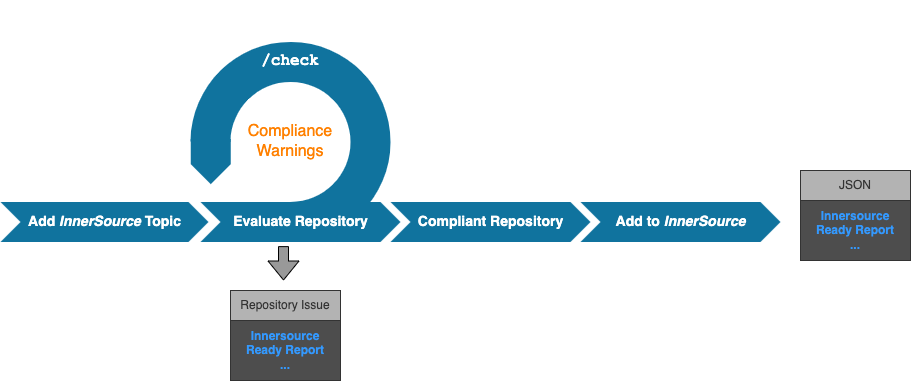
Before: docs/images/processflow.png, a diagram exported from draw.io (github-innersource/innersource-ready-report). Source tidied: cells renumbered, new cells last; positions are measured from the earlier drawing's top-left corner, leaving out a move shared by most shapes. The source it was exported from:
```xml
<mxGraphModel>
  <root>
    <mxCell id="0" />
    <mxCell id="1" parent="0" />
    <mxCell id="2" style="group;" parent="1" vertex="1">
      <mxGeometry x="148.6" width="282.8" height="282.8" as="geometry" />
    </mxCell>
    <mxCell id="3" style="group;" parent="2" vertex="1">
      <mxGeometry width="282.8" height="282.8" as="geometry" />
    </mxCell>
    <mxCell id="4" style="verticalLabelPosition=bottom;verticalAlign=top;html=1;shape=mxgraph.basic.partConcEllipse;fillColor=#10739E;strokeColor=none;startAngle=0.3762531626299647;endAngle=0.125;arcWidth=0.4;rotation=135;" parent="3" vertex="1">
      <mxGeometry x="41.4" y="41.4" width="200" height="200" as="geometry" />
    </mxCell>
    <mxCell id="5" value="&lt;font color=&quot;#ff8000&quot;&gt;Compliance&lt;br style=&quot;font-size: 16px&quot;&gt;Warnings&lt;/font&gt;" style="text;html=1;strokeColor=none;fillColor=none;align=center;verticalAlign=middle;whiteSpace=wrap;rounded=0;fontSize=16;" parent="3" vertex="1">
      <mxGeometry x="96.4" y="131.4" width="90" height="20" as="geometry" />
    </mxCell>
    <mxCell id="6" value="&lt;font face=&quot;Courier New&quot;&gt;&lt;b&gt;/check&lt;/b&gt;&lt;/font&gt;" style="text;html=1;strokeColor=none;fillColor=none;align=center;verticalAlign=middle;whiteSpace=wrap;rounded=0;fontSize=16;fontColor=#FFFFFF;" parent="3" vertex="1">
      <mxGeometry x="121.4" y="51.4" width="40" height="20" as="geometry" />
    </mxCell>
    <mxCell id="7" style="html=1;shape=mxgraph.infographic.ribbonSimple;notch1=0;notch2=20;fillColor=#10739E;strokeColor=none;align=center;verticalAlign=middle;fontColor=#ffffff;fontSize=14;fontStyle=1;rotation=90;" parent="2" vertex="1">
      <mxGeometry x="39.2" y="141.2" width="45" height="40" as="geometry" />
    </mxCell>
    <mxCell id="8" value="Evaluate Repository" style="html=1;shape=mxgraph.infographic.ribbonSimple;notch1=20;notch2=20;fillColor=#10739E;strokeColor=none;align=center;verticalAlign=middle;fontColor=#ffffff;fontSize=14;fontStyle=1;" parent="1" vertex="1">
      <mxGeometry x="200" y="201.4" width="200" height="40" as="geometry" />
    </mxCell>
    <mxCell id="9" value="Compliant Repository" style="html=1;shape=mxgraph.infographic.ribbonSimple;notch1=20;notch2=20;fillColor=#10739E;strokeColor=none;align=center;verticalAlign=middle;fontColor=#ffffff;fontSize=14;fontStyle=1;" parent="1" vertex="1">
      <mxGeometry x="390" y="201.4" width="200" height="40" as="geometry" />
    </mxCell>
    <mxCell id="10" value="Add&amp;nbsp;&lt;i&gt;InnerSource&amp;nbsp;&lt;/i&gt;Topic" style="html=1;shape=mxgraph.infographic.ribbonSimple;notch1=20;notch2=20;fillColor=#10739E;strokeColor=none;align=center;verticalAlign=middle;fontColor=#ffffff;fontSize=14;fontStyle=1;" parent="1" vertex="1">
      <mxGeometry y="201.4" width="208" height="40" as="geometry" />
    </mxCell>
    <mxCell id="11" value="Add to &lt;i&gt;InnerSource&lt;/i&gt;" style="html=1;shape=mxgraph.infographic.ribbonSimple;notch1=20;notch2=20;fillColor=#10739E;strokeColor=none;align=center;verticalAlign=middle;fontColor=#ffffff;fontSize=14;fontStyle=1;" parent="1" vertex="1">
      <mxGeometry x="580" y="201.4" width="200" height="40" as="geometry" />
    </mxCell>
    <mxCell id="12" style="shape=flexArrow;endArrow=classic;html=1;fontColor=#666666;fillColor=#999999;exitX=0.415;exitY=1.105;exitDx=0;exitDy=0;exitPerimeter=0;" parent="1" edge="1">
      <mxGeometry relative="1" as="geometry">
        <mxPoint x="283" y="245.6" as="sourcePoint" />
        <mxPoint x="283" y="280" as="targetPoint" />
      </mxGeometry>
    </mxCell>
    <mxCell id="13" style="group;" parent="1" vertex="1">
      <mxGeometry x="230" y="290" width="110" height="90" as="geometry" />
    </mxCell>
    <mxCell id="14" value="&lt;font color=&quot;#3399ff&quot;&gt;&lt;span style=&quot;font-family: &amp;#34;helvetica&amp;#34; ; font-size: 12px ; font-style: normal ; font-weight: 700 ; letter-spacing: normal ; text-align: center ; text-indent: 0px ; text-transform: none ; word-spacing: 0px ; display: inline ; float: none&quot;&gt;Innersource&lt;/span&gt;&lt;br style=&quot;font-family: &amp;#34;helvetica&amp;#34; ; font-size: 12px ; font-style: normal ; font-weight: 700 ; letter-spacing: normal ; text-align: center ; text-indent: 0px ; text-transform: none ; word-spacing: 0px&quot;&gt;&lt;span style=&quot;font-family: &amp;#34;helvetica&amp;#34; ; font-size: 12px ; font-style: normal ; font-weight: 700 ; letter-spacing: normal ; text-align: center ; text-indent: 0px ; text-transform: none ; word-spacing: 0px ; display: inline ; float: none&quot;&gt;Ready Report&lt;/span&gt;&lt;br style=&quot;font-family: &amp;#34;helvetica&amp;#34; ; font-size: 12px ; font-style: normal ; font-weight: 700 ; letter-spacing: normal ; text-align: center ; text-indent: 0px ; text-transform: none ; word-spacing: 0px&quot;&gt;&lt;span style=&quot;font-family: &amp;#34;helvetica&amp;#34; ; font-size: 12px ; font-style: normal ; font-weight: 700 ; letter-spacing: normal ; text-align: center ; text-indent: 0px ; text-transform: none ; word-spacing: 0px ; display: inline ; float: none&quot;&gt;...&lt;/span&gt;&lt;/font&gt;" style="rounded=0;whiteSpace=wrap;html=1;labelBackgroundColor=none;fontColor=#007FFF;strokeColor=#333333;fillColor=#4D4D4D;" parent="13" vertex="1">
      <mxGeometry y="30" width="110" height="60" as="geometry" />
    </mxCell>
    <mxCell id="15" value="&lt;font color=&quot;#333333&quot;&gt;Repository Issue&lt;/font&gt;" style="rounded=0;whiteSpace=wrap;html=1;labelBackgroundColor=none;fontColor=#E6E6E6;strokeColor=#333333;fillColor=#B3B3B3;" parent="13" vertex="1">
      <mxGeometry width="110" height="30" as="geometry" />
    </mxCell>
    <mxCell id="16" style="group;" parent="1" vertex="1">
      <mxGeometry x="800" y="170" width="110" height="90" as="geometry" />
    </mxCell>
    <mxCell id="17" value="&lt;font color=&quot;#3399ff&quot;&gt;&lt;span style=&quot;font-family: &amp;#34;helvetica&amp;#34; ; font-size: 12px ; font-style: normal ; font-weight: 700 ; letter-spacing: normal ; text-align: center ; text-indent: 0px ; text-transform: none ; word-spacing: 0px ; display: inline ; float: none&quot;&gt;Innersource&lt;/span&gt;&lt;br style=&quot;font-family: &amp;#34;helvetica&amp;#34; ; font-size: 12px ; font-style: normal ; font-weight: 700 ; letter-spacing: normal ; text-align: center ; text-indent: 0px ; text-transform: none ; word-spacing: 0px&quot;&gt;&lt;span style=&quot;font-family: &amp;#34;helvetica&amp;#34; ; font-size: 12px ; font-style: normal ; font-weight: 700 ; letter-spacing: normal ; text-align: center ; text-indent: 0px ; text-transform: none ; word-spacing: 0px ; display: inline ; float: none&quot;&gt;Ready Report&lt;/span&gt;&lt;br style=&quot;font-family: &amp;#34;helvetica&amp;#34; ; font-size: 12px ; font-style: normal ; font-weight: 700 ; letter-spacing: normal ; text-align: center ; text-indent: 0px ; text-transform: none ; word-spacing: 0px&quot;&gt;&lt;span style=&quot;font-family: &amp;#34;helvetica&amp;#34; ; font-size: 12px ; font-style: normal ; font-weight: 700 ; letter-spacing: normal ; text-align: center ; text-indent: 0px ; text-transform: none ; word-spacing: 0px ; display: inline ; float: none&quot;&gt;...&lt;/span&gt;&lt;/font&gt;" style="rounded=0;whiteSpace=wrap;html=1;labelBackgroundColor=none;fontColor=#007FFF;strokeColor=#333333;fillColor=#4D4D4D;" parent="16" vertex="1">
      <mxGeometry y="30" width="110" height="60" as="geometry" />
    </mxCell>
    <mxCell id="18" value="&lt;font color=&quot;#333333&quot;&gt;JSON&lt;/font&gt;" style="rounded=0;whiteSpace=wrap;html=1;labelBackgroundColor=none;fontColor=#E6E6E6;strokeColor=#333333;fillColor=#B3B3B3;" parent="16" vertex="1">
      <mxGeometry width="110" height="30" as="geometry" />
    </mxCell>
  </root>
</mxGraphModel>
```
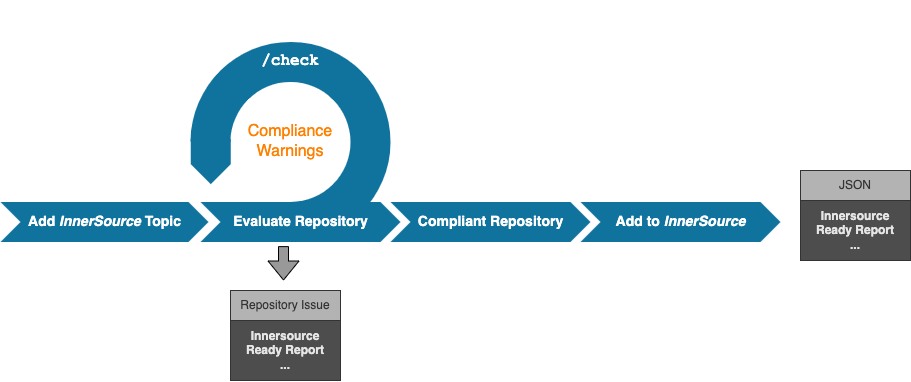
The same diagram one commit later.

What changed in the source:
```diff
@@ -41,7 +41,7 @@
     <mxCell id="13" style="group;" parent="1" vertex="1">
       <mxGeometry x="230" y="290" width="110" height="90" as="geometry" />
     </mxCell>
-    <mxCell id="14" value="&lt;font color=&quot;#3399ff&quot;&gt;&lt;span style=&quot;font-family: &amp;#34;helvetica&amp;#34; ; font-size: 12px ; font-style: normal ; font-weight: 700 ; letter-spacing: normal ; text-align: center ; text-indent: 0px ; text-transform: none ; word-spacing: 0px ; display: inline ; float: none&quot;&gt;Innersource&lt;/span&gt;&lt;br style=&quot;font-family: &amp;#34;helvetica&amp;#34; ; font-size: 12px ; font-style: normal ; font-weight: 700 ; letter-spacing: normal ; text-align: center ; text-indent: 0px ; text-transform: none ; word-spacing: 0px&quot;&gt;&lt;span style=&quot;font-family: &amp;#34;helvetica&amp;#34; ; font-size: 12px ; font-style: normal ; font-weight: 700 ; letter-spacing: normal ; text-align: center ; text-indent: 0px ; text-transform: none ; word-spacing: 0px ; display: inline ; float: none&quot;&gt;Ready Report&lt;/span&gt;&lt;br style=&quot;font-family: &amp;#34;helvetica&amp;#34; ; font-size: 12px ; font-style: normal ; font-weight: 700 ; letter-spacing: normal ; text-align: center ; text-indent: 0px ; text-transform: none ; word-spacing: 0px&quot;&gt;&lt;span style=&quot;font-family: &amp;#34;helvetica&amp;#34; ; font-size: 12px ; font-style: normal ; font-weight: 700 ; letter-spacing: normal ; text-align: center ; text-indent: 0px ; text-transform: none ; word-spacing: 0px ; display: inline ; float: none&quot;&gt;...&lt;/span&gt;&lt;/font&gt;" style="rounded=0;whiteSpace=wrap;html=1;labelBackgroundColor=none;fontColor=#007FFF;strokeColor=#333333;fillColor=#4D4D4D;" parent="13" vertex="1">
+    <mxCell id="14" value="&lt;font color=&quot;#e6e6e6&quot;&gt;&lt;span style=&quot;font-family: &amp;#34;helvetica&amp;#34; ; font-size: 12px ; font-style: normal ; font-weight: 700 ; letter-spacing: normal ; text-align: center ; text-indent: 0px ; text-transform: none ; word-spacing: 0px ; display: inline ; float: none&quot;&gt;Innersource&lt;/span&gt;&lt;br style=&quot;font-family: &amp;#34;helvetica&amp;#34; ; font-size: 12px ; font-style: normal ; font-weight: 700 ; letter-spacing: normal ; text-align: center ; text-indent: 0px ; text-transform: none ; word-spacing: 0px&quot;&gt;&lt;span style=&quot;font-family: &amp;#34;helvetica&amp;#34; ; font-size: 12px ; font-style: normal ; font-weight: 700 ; letter-spacing: normal ; text-align: center ; text-indent: 0px ; text-transform: none ; word-spacing: 0px ; display: inline ; float: none&quot;&gt;Ready Report&lt;/span&gt;&lt;br style=&quot;font-family: &amp;#34;helvetica&amp;#34; ; font-size: 12px ; font-style: normal ; font-weight: 700 ; letter-spacing: normal ; text-align: center ; text-indent: 0px ; text-transform: none ; word-spacing: 0px&quot;&gt;&lt;span style=&quot;font-family: &amp;#34;helvetica&amp;#34; ; font-size: 12px ; font-style: normal ; font-weight: 700 ; letter-spacing: normal ; text-align: center ; text-indent: 0px ; text-transform: none ; word-spacing: 0px ; display: inline ; float: none&quot;&gt;...&lt;/span&gt;&lt;/font&gt;" style="rounded=0;whiteSpace=wrap;html=1;labelBackgroundColor=none;fontColor=#99FFFF;strokeColor=#333333;fillColor=#4D4D4D;" parent="13" vertex="1">
       <mxGeometry y="30" width="110" height="60" as="geometry" />
     </mxCell>
     <mxCell id="15" value="&lt;font color=&quot;#333333&quot;&gt;Repository Issue&lt;/font&gt;" style="rounded=0;whiteSpace=wrap;html=1;labelBackgroundColor=none;fontColor=#E6E6E6;strokeColor=#333333;fillColor=#B3B3B3;" parent="13" vertex="1">
@@ -50,7 +50,7 @@
     <mxCell id="16" style="group;" parent="1" vertex="1">
       <mxGeometry x="800" y="170" width="110" height="90" as="geometry" />
     </mxCell>
-    <mxCell id="17" value="&lt;font color=&quot;#3399ff&quot;&gt;&lt;span style=&quot;font-family: &amp;#34;helvetica&amp;#34; ; font-size: 12px ; font-style: normal ; font-weight: 700 ; letter-spacing: normal ; text-align: center ; text-indent: 0px ; text-transform: none ; word-spacing: 0px ; display: inline ; float: none&quot;&gt;Innersource&lt;/span&gt;&lt;br style=&quot;font-family: &amp;#34;helvetica&amp;#34; ; font-size: 12px ; font-style: normal ; font-weight: 700 ; letter-spacing: normal ; text-align: center ; text-indent: 0px ; text-transform: none ; word-spacing: 0px&quot;&gt;&lt;span style=&quot;font-family: &amp;#34;helvetica&amp;#34; ; font-size: 12px ; font-style: normal ; font-weight: 700 ; letter-spacing: normal ; text-align: center ; text-indent: 0px ; text-transform: none ; word-spacing: 0px ; display: inline ; float: none&quot;&gt;Ready Report&lt;/span&gt;&lt;br style=&quot;font-family: &amp;#34;helvetica&amp;#34; ; font-size: 12px ; font-style: normal ; font-weight: 700 ; letter-spacing: normal ; text-align: center ; text-indent: 0px ; text-transform: none ; word-spacing: 0px&quot;&gt;&lt;span style=&quot;font-family: &amp;#34;helvetica&amp;#34; ; font-size: 12px ; font-style: normal ; font-weight: 700 ; letter-spacing: normal ; text-align: center ; text-indent: 0px ; text-transform: none ; word-spacing: 0px ; display: inline ; float: none&quot;&gt;...&lt;/span&gt;&lt;/font&gt;" style="rounded=0;whiteSpace=wrap;html=1;labelBackgroundColor=none;fontColor=#007FFF;strokeColor=#333333;fillColor=#4D4D4D;" parent="16" vertex="1">
+    <mxCell id="17" value="&lt;font&gt;&lt;span style=&quot;font-family: &amp;quot;helvetica&amp;quot; ; font-size: 12px ; font-style: normal ; font-weight: 700 ; letter-spacing: normal ; text-align: center ; text-indent: 0px ; text-transform: none ; word-spacing: 0px ; display: inline ; float: none&quot;&gt;Innersource&lt;/span&gt;&lt;br style=&quot;font-family: &amp;quot;helvetica&amp;quot; ; font-size: 12px ; font-style: normal ; font-weight: 700 ; letter-spacing: normal ; text-align: center ; text-indent: 0px ; text-transform: none ; word-spacing: 0px&quot;&gt;&lt;span style=&quot;font-family: &amp;quot;helvetica&amp;quot; ; font-size: 12px ; font-style: normal ; font-weight: 700 ; letter-spacing: normal ; text-align: center ; text-indent: 0px ; text-transform: none ; word-spacing: 0px ; display: inline ; float: none&quot;&gt;Ready Report&lt;/span&gt;&lt;br style=&quot;font-family: &amp;quot;helvetica&amp;quot; ; font-size: 12px ; font-style: normal ; font-weight: 700 ; letter-spacing: normal ; text-align: center ; text-indent: 0px ; text-transform: none ; word-spacing: 0px&quot;&gt;&lt;span style=&quot;font-family: &amp;quot;helvetica&amp;quot; ; font-size: 12px ; font-style: normal ; font-weight: 700 ; letter-spacing: normal ; text-align: center ; text-indent: 0px ; text-transform: none ; word-spacing: 0px ; display: inline ; float: none&quot;&gt;...&lt;/span&gt;&lt;/font&gt;" style="rounded=0;whiteSpace=wrap;html=1;labelBackgroundColor=none;fontColor=#E6E6E6;strokeColor=#333333;fillColor=#4D4D4D;" parent="16" vertex="1">
       <mxGeometry y="30" width="110" height="60" as="geometry" />
     </mxCell>
     <mxCell id="18" value="&lt;font color=&quot;#333333&quot;&gt;JSON&lt;/font&gt;" style="rounded=0;whiteSpace=wrap;html=1;labelBackgroundColor=none;fontColor=#E6E6E6;strokeColor=#333333;fillColor=#B3B3B3;" parent="16" vertex="1">
```
